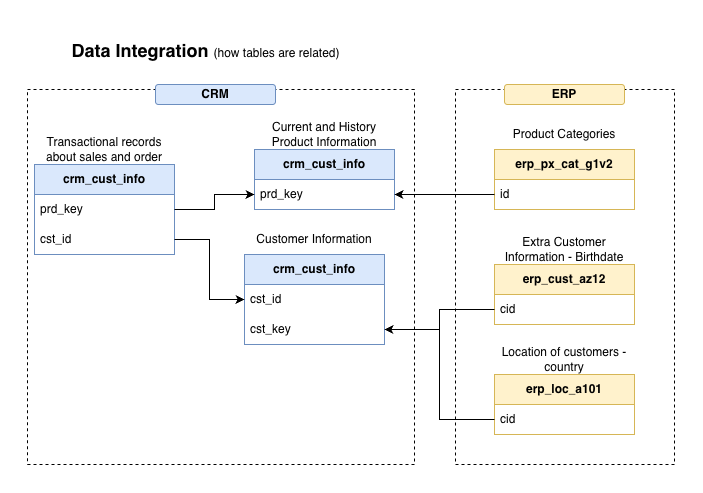
Before: docs/data_integration.png, a diagram exported from draw.io (manaswinidoma/sql-data-warehouse-project). Source tidied: cells renumbered, new cells last; positions are measured from the earlier drawing's top-left corner, leaving out a move shared by most shapes.
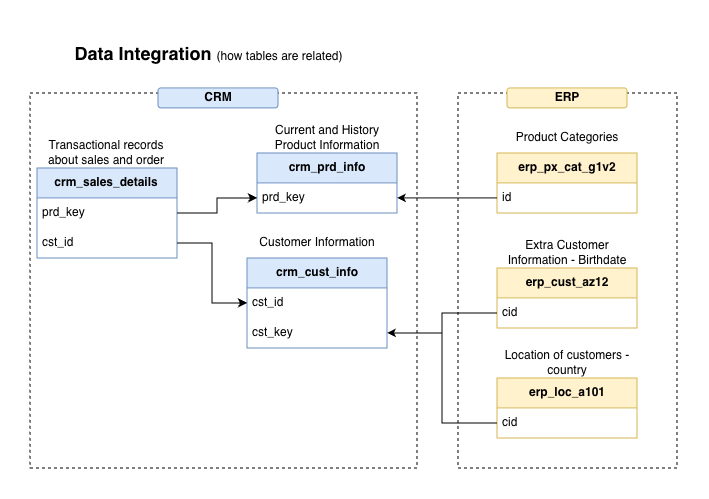
Above is the later version.

The edit, as a diff of the source:
```diff
@@ -2,83 +2,83 @@
   <root>
     <mxCell id="0" />
     <mxCell id="1" parent="0" />
-    <mxCell id="2" value="&lt;b&gt;crm_cust_info&lt;/b&gt;" style="swimlane;fontStyle=0;horizontal=1;startSize=30;whiteSpace=wrap;html=1;fillColor=#dae8fc;strokeColor=#6c8ebf;" parent="1" vertex="1">
-      <mxGeometry x="217" y="228" width="140" height="90" as="geometry" />
+    <mxCell id="2" style="rounded=0;whiteSpace=wrap;html=1;fillColor=none;dashed=1;" parent="1" vertex="1">
+      <mxGeometry x="0.1" y="63" width="386.9" height="375" as="geometry" />
     </mxCell>
-    <mxCell id="3" value="cst_id" style="text;strokeColor=none;fillColor=none;align=left;verticalAlign=middle;spacingLeft=4;spacingRight=4;overflow=hidden;points=[[0,0.5],[1,0.5]];portConstraint=eastwest;whiteSpace=wrap;html=1;" parent="2" vertex="1">
-      <mxGeometry y="30" width="140" height="30" as="geometry" />
+    <mxCell id="3" value="&lt;b&gt;crm_cust_info&lt;/b&gt;" style="swimlane;fontStyle=0;horizontal=1;startSize=30;whiteSpace=wrap;html=1;fillColor=#dae8fc;strokeColor=#6c8ebf;" parent="1" vertex="1">
+      <mxGeometry x="217" y="228" width="140" height="90" as="geometry" />
     </mxCell>
-    <mxCell id="4" value="cst_key" style="text;strokeColor=none;fillColor=none;align=left;verticalAlign=middle;spacingLeft=4;spacingRight=4;overflow=hidden;points=[[0,0.5],[1,0.5]];portConstraint=eastwest;whiteSpace=wrap;html=1;" parent="2" vertex="1">
-      <mxGeometry y="60" width="140" height="30" as="geometry" />
+    <mxCell id="4" value="cst_id" style="text;strokeColor=none;fillColor=none;align=left;verticalAlign=middle;spacingLeft=4;spacingRight=4;overflow=hidden;points=[[0,0.5],[1,0.5]];portConstraint=eastwest;whiteSpace=wrap;html=1;" parent="3" vertex="1">
+      <mxGeometry y="30" width="140" height="30" as="geometry" />
     </mxCell>
-    <mxCell id="5" value="Customer Information" style="text;html=1;whiteSpace=wrap;strokeColor=none;fillColor=none;align=center;verticalAlign=middle;rounded=0;" parent="1" vertex="1">
-      <mxGeometry x="217" y="198" width="140" height="30" as="geometry" />
+    <mxCell id="5" value="cst_key" style="text;strokeColor=none;fillColor=none;align=left;verticalAlign=middle;spacingLeft=4;spacingRight=4;overflow=hidden;points=[[0,0.5],[1,0.5]];portConstraint=eastwest;whiteSpace=wrap;html=1;" parent="3" vertex="1">
+      <mxGeometry y="60" width="140" height="30" as="geometry" />
     </mxCell>
-    <mxCell id="6" value="&lt;b&gt;crm_cust_info&lt;/b&gt;" style="swimlane;fontStyle=0;horizontal=1;startSize=30;whiteSpace=wrap;html=1;fillColor=#dae8fc;strokeColor=#6c8ebf;" parent="1" vertex="1">
-      <mxGeometry x="227" y="123" width="140" height="60" as="geometry" />
+    <mxCell id="6" value="Customer Information" style="text;html=1;whiteSpace=wrap;strokeColor=none;fillColor=none;align=center;verticalAlign=middle;rounded=0;" parent="1" vertex="1">
+      <mxGeometry x="217" y="198" width="140" height="30" as="geometry" />
     </mxCell>
-    <mxCell id="7" value="prd_key" style="text;strokeColor=none;fillColor=none;align=left;verticalAlign=middle;spacingLeft=4;spacingRight=4;overflow=hidden;points=[[0,0.5],[1,0.5]];portConstraint=eastwest;whiteSpace=wrap;html=1;" parent="6" vertex="1">
-      <mxGeometry y="30" width="140" height="30" as="geometry" />
+    <mxCell id="7" value="&lt;b&gt;crm_prd_info&lt;/b&gt;" style="swimlane;fontStyle=0;horizontal=1;startSize=30;whiteSpace=wrap;html=1;fillColor=#dae8fc;strokeColor=#6c8ebf;" parent="1" vertex="1">
+      <mxGeometry x="227" y="123" width="140" height="60" as="geometry" />
     </mxCell>
-    <mxCell id="8" value="Current and History Product Information" style="text;html=1;whiteSpace=wrap;strokeColor=none;fillColor=none;align=center;verticalAlign=middle;rounded=0;" parent="1" vertex="1">
-      <mxGeometry x="227" y="93" width="140" height="30" as="geometry" />
+    <mxCell id="8" value="prd_key" style="text;strokeColor=none;fillColor=none;align=left;verticalAlign=middle;spacingLeft=4;spacingRight=4;overflow=hidden;whiteSpace=wrap;html=1;" parent="7" vertex="1">
+      <mxGeometry y="30" width="140" height="30" as="geometry" />
     </mxCell>
-    <mxCell id="9" value="&lt;b&gt;crm_cust_info&lt;/b&gt;" style="swimlane;fontStyle=0;horizontal=1;startSize=30;whiteSpace=wrap;html=1;fillColor=#dae8fc;strokeColor=#6c8ebf;" parent="1" vertex="1">
-      <mxGeometry x="7" y="138" width="140" height="90" as="geometry" />
+    <mxCell id="9" value="Current and History Product Information" style="text;html=1;whiteSpace=wrap;strokeColor=none;fillColor=none;align=center;verticalAlign=middle;rounded=0;" parent="1" vertex="1">
+      <mxGeometry x="227" y="93" width="140" height="30" as="geometry" />
     </mxCell>
-    <mxCell id="10" value="prd_key" style="text;strokeColor=none;fillColor=none;align=left;verticalAlign=middle;spacingLeft=4;spacingRight=4;overflow=hidden;points=[[0,0.5],[1,0.5]];portConstraint=eastwest;whiteSpace=wrap;html=1;" parent="9" vertex="1">
-      <mxGeometry y="30" width="140" height="30" as="geometry" />
+    <mxCell id="10" value="&lt;b&gt;crm_sales_details&lt;/b&gt;" style="swimlane;fontStyle=0;horizontal=1;startSize=30;whiteSpace=wrap;html=1;fillColor=#dae8fc;strokeColor=#6c8ebf;" parent="1" vertex="1">
+      <mxGeometry x="7" y="138" width="140" height="90" as="geometry" />
     </mxCell>
-    <mxCell id="11" value="cst_id" style="text;strokeColor=none;fillColor=none;align=left;verticalAlign=middle;spacingLeft=4;spacingRight=4;overflow=hidden;points=[[0,0.5],[1,0.5]];portConstraint=eastwest;whiteSpace=wrap;html=1;" parent="9" vertex="1">
-      <mxGeometry y="60" width="140" height="30" as="geometry" />
+    <mxCell id="11" value="prd_key" style="text;strokeColor=none;fillColor=none;align=left;verticalAlign=middle;spacingLeft=4;spacingRight=4;overflow=hidden;points=[[0,0.5],[1,0.5]];portConstraint=eastwest;whiteSpace=wrap;html=1;" parent="10" vertex="1">
+      <mxGeometry y="30" width="140" height="30" as="geometry" />
     </mxCell>
-    <mxCell id="12" value="Transactional records about sales and order" style="text;html=1;whiteSpace=wrap;strokeColor=none;fillColor=none;align=center;verticalAlign=middle;rounded=0;" parent="1" vertex="1">
-      <mxGeometry x="7" y="108" width="140" height="30" as="geometry" />
+    <mxCell id="12" value="cst_id" style="text;strokeColor=none;fillColor=none;align=left;verticalAlign=middle;spacingLeft=4;spacingRight=4;overflow=hidden;points=[[0,0.5],[1,0.5]];portConstraint=eastwest;whiteSpace=wrap;html=1;" parent="10" vertex="1">
+      <mxGeometry y="60" width="140" height="30" as="geometry" />
     </mxCell>
-    <mxCell id="13" style="edgeStyle=orthogonalEdgeStyle;rounded=0;jettySize=auto;html=1;entryX=0;entryY=0.75;entryDx=0;entryDy=0;" parent="1" edge="1" source="10" target="6">
-      <mxGeometry relative="1" as="geometry" />
+    <mxCell id="13" value="Transactional records about sales and order" style="text;html=1;whiteSpace=wrap;strokeColor=none;fillColor=none;align=center;verticalAlign=middle;rounded=0;" parent="1" vertex="1">
+      <mxGeometry x="7" y="108" width="140" height="30" as="geometry" />
     </mxCell>
-    <mxCell id="14" style="edgeStyle=orthogonalEdgeStyle;rounded=0;jettySize=auto;html=1;entryX=0;entryY=0.5;entryDx=0;entryDy=0;" parent="1" edge="1" source="11" target="3">
+    <mxCell id="14" style="edgeStyle=orthogonalEdgeStyle;rounded=0;jettySize=auto;html=1;entryX=0;entryY=0.75;entryDx=0;entryDy=0;" parent="1" edge="1" source="11" target="7">
       <mxGeometry relative="1" as="geometry" />
     </mxCell>
-    <mxCell id="15" value="&lt;b&gt;erp_cust_az12&lt;/b&gt;" style="swimlane;fontStyle=0;horizontal=1;startSize=30;whiteSpace=wrap;html=1;fillColor=#fff2cc;strokeColor=#d6b656;" parent="1" vertex="1">
-      <mxGeometry x="467" y="238" width="140" height="60" as="geometry" />
+    <mxCell id="15" style="edgeStyle=orthogonalEdgeStyle;rounded=0;jettySize=auto;html=1;entryX=0;entryY=0.5;entryDx=0;entryDy=0;" parent="1" edge="1" source="12" target="4">
+      <mxGeometry relative="1" as="geometry" />
     </mxCell>
-    <mxCell id="16" value="cid" style="text;strokeColor=none;fillColor=none;align=left;verticalAlign=middle;spacingLeft=4;spacingRight=4;overflow=hidden;points=[[0,0.5],[1,0.5]];portConstraint=eastwest;whiteSpace=wrap;html=1;" parent="15" vertex="1">
-      <mxGeometry y="30" width="140" height="30" as="geometry" />
+    <mxCell id="16" value="&lt;b&gt;erp_cust_az12&lt;/b&gt;" style="swimlane;fontStyle=0;horizontal=1;startSize=30;whiteSpace=wrap;html=1;fillColor=#fff2cc;strokeColor=#d6b656;" parent="1" vertex="1">
+      <mxGeometry x="467" y="238" width="140" height="60" as="geometry" />
     </mxCell>
-    <mxCell id="17" value="Extra Customer Information - Birthdate" style="text;html=1;whiteSpace=wrap;strokeColor=none;fillColor=none;align=center;verticalAlign=middle;rounded=0;" parent="1" vertex="1">
-      <mxGeometry x="467" y="208" width="140" height="30" as="geometry" />
+    <mxCell id="17" value="cid" style="text;strokeColor=none;fillColor=none;align=left;verticalAlign=middle;spacingLeft=4;spacingRight=4;overflow=hidden;points=[[0,0.5],[1,0.5]];portConstraint=eastwest;whiteSpace=wrap;html=1;" parent="16" vertex="1">
+      <mxGeometry y="30" width="140" height="30" as="geometry" />
     </mxCell>
-    <mxCell id="18" style="edgeStyle=orthogonalEdgeStyle;rounded=0;jettySize=auto;html=1;entryX=1;entryY=0.5;entryDx=0;entryDy=0;" parent="1" edge="1" source="16" target="4">
-      <mxGeometry relative="1" as="geometry" />
+    <mxCell id="18" value="Extra Customer Information - Birthdate" style="text;html=1;whiteSpace=wrap;strokeColor=none;fillColor=none;align=center;verticalAlign=middle;rounded=0;" parent="1" vertex="1">
+      <mxGeometry x="467" y="208" width="140" height="30" as="geometry" />
     </mxCell>
-    <mxCell id="19" value="&lt;b&gt;erp_loc_a101&lt;/b&gt;" style="swimlane;fontStyle=0;horizontal=1;startSize=30;whiteSpace=wrap;html=1;fillColor=#fff2cc;strokeColor=#d6b656;" parent="1" vertex="1">
-      <mxGeometry x="467" y="348" width="140" height="60" as="geometry" />
+    <mxCell id="19" style="edgeStyle=orthogonalEdgeStyle;rounded=0;jettySize=auto;html=1;entryX=1;entryY=0.5;entryDx=0;entryDy=0;" parent="1" edge="1" source="17" target="5">
+      <mxGeometry relative="1" as="geometry" />
     </mxCell>
-    <mxCell id="20" value="cid" style="text;strokeColor=none;fillColor=none;align=left;verticalAlign=middle;spacingLeft=4;spacingRight=4;overflow=hidden;points=[[0,0.5],[1,0.5]];portConstraint=eastwest;whiteSpace=wrap;html=1;" parent="19" vertex="1">
-      <mxGeometry y="30" width="140" height="30" as="geometry" />
+    <mxCell id="20" value="&lt;b&gt;erp_loc_a101&lt;/b&gt;" style="swimlane;fontStyle=0;horizontal=1;startSize=30;whiteSpace=wrap;html=1;fillColor=#fff2cc;strokeColor=#d6b656;" parent="1" vertex="1">
+      <mxGeometry x="467" y="348" width="140" height="60" as="geometry" />
     </mxCell>
-    <mxCell id="21" value="Location of customers - country" style="text;html=1;whiteSpace=wrap;strokeColor=none;fillColor=none;align=center;verticalAlign=middle;rounded=0;" parent="1" vertex="1">
-      <mxGeometry x="467" y="318" width="140" height="30" as="geometry" />
+    <mxCell id="21" value="cid" style="text;strokeColor=none;fillColor=none;align=left;verticalAlign=middle;spacingLeft=4;spacingRight=4;overflow=hidden;points=[[0,0.5],[1,0.5]];portConstraint=eastwest;whiteSpace=wrap;html=1;" parent="20" vertex="1">
+      <mxGeometry y="30" width="140" height="30" as="geometry" />
     </mxCell>
-    <mxCell id="22" style="edgeStyle=orthogonalEdgeStyle;rounded=0;jettySize=auto;html=1;entryX=1;entryY=0.5;entryDx=0;entryDy=0;" parent="1" edge="1" source="20" target="4">
-      <mxGeometry relative="1" as="geometry" />
+    <mxCell id="22" value="Location of customers - country" style="text;html=1;whiteSpace=wrap;strokeColor=none;fillColor=none;align=center;verticalAlign=middle;rounded=0;" parent="1" vertex="1">
+      <mxGeometry x="467" y="318" width="140" height="30" as="geometry" />
     </mxCell>
-    <mxCell id="23" value="&lt;b&gt;erp_px_cat_g1v2&lt;/b&gt;" style="swimlane;fontStyle=0;horizontal=1;startSize=30;whiteSpace=wrap;html=1;fillColor=#fff2cc;strokeColor=#d6b656;" parent="1" vertex="1">
-      <mxGeometry x="467" y="123" width="140" height="60" as="geometry" />
+    <mxCell id="23" style="edgeStyle=orthogonalEdgeStyle;rounded=0;jettySize=auto;html=1;entryX=1;entryY=0.5;entryDx=0;entryDy=0;" parent="1" edge="1" source="21" target="5">
+      <mxGeometry relative="1" as="geometry" />
     </mxCell>
-    <mxCell id="24" value="id" style="text;strokeColor=none;fillColor=none;align=left;verticalAlign=middle;spacingLeft=4;spacingRight=4;overflow=hidden;points=[[0,0.5],[1,0.5]];portConstraint=eastwest;whiteSpace=wrap;html=1;" parent="23" vertex="1">
-      <mxGeometry y="30" width="140" height="30" as="geometry" />
+    <mxCell id="24" value="&lt;b&gt;erp_px_cat_g1v2&lt;/b&gt;" style="swimlane;fontStyle=0;horizontal=1;startSize=30;whiteSpace=wrap;html=1;fillColor=#fff2cc;strokeColor=#d6b656;" parent="1" vertex="1">
+      <mxGeometry x="467" y="123" width="140" height="60" as="geometry" />
     </mxCell>
-    <mxCell id="25" value="Product Categories" style="text;html=1;whiteSpace=wrap;strokeColor=none;fillColor=none;align=center;verticalAlign=middle;rounded=0;" parent="1" vertex="1">
-      <mxGeometry x="467" y="93" width="140" height="30" as="geometry" />
+    <mxCell id="25" value="id" style="text;strokeColor=none;fillColor=none;align=left;verticalAlign=middle;spacingLeft=4;spacingRight=4;overflow=hidden;points=[[0,0.5],[1,0.5]];portConstraint=eastwest;whiteSpace=wrap;html=1;" parent="24" vertex="1">
+      <mxGeometry y="30" width="140" height="30" as="geometry" />
     </mxCell>
-    <mxCell id="26" style="edgeStyle=orthogonalEdgeStyle;rounded=0;jettySize=auto;html=1;entryX=1;entryY=0.75;entryDx=0;entryDy=0;" parent="1" edge="1" source="24" target="6">
-      <mxGeometry relative="1" as="geometry" />
+    <mxCell id="26" value="Product Categories" style="text;html=1;whiteSpace=wrap;strokeColor=none;fillColor=none;align=center;verticalAlign=middle;rounded=0;" parent="1" vertex="1">
+      <mxGeometry x="467" y="93" width="140" height="30" as="geometry" />
     </mxCell>
-    <mxCell id="27" style="rounded=0;whiteSpace=wrap;html=1;fillColor=none;dashed=1;" parent="1" vertex="1">
-      <mxGeometry x="0.1" y="63" width="386.9" height="375" as="geometry" />
+    <mxCell id="27" style="edgeStyle=orthogonalEdgeStyle;rounded=0;jettySize=auto;html=1;entryX=1;entryY=0.75;entryDx=0;entryDy=0;" parent="1" edge="1" source="25" target="7">
+      <mxGeometry relative="1" as="geometry" />
     </mxCell>
     <mxCell id="28" style="rounded=0;whiteSpace=wrap;html=1;fillColor=none;dashed=1;" parent="1" vertex="1">
       <mxGeometry x="428" y="63" width="219" height="375" as="geometry" />
```
